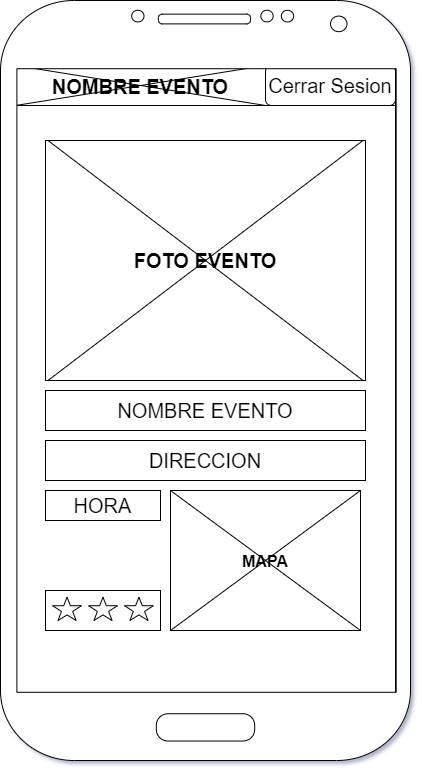
The draw.io diagram img/EventoPagina.png in OscarLM32/DIU, before a commit. Source tidied: cells renumbered, new cells last; positions are measured from the earlier drawing's top-left corner, leaving out a move shared by most shapes. Source of this version:
```xml
<mxGraphModel shadow="1">
  <root>
    <mxCell id="0" />
    <mxCell id="1" parent="0" />
    <mxCell id="2" style="rounded=0;whiteSpace=wrap;html=1;" parent="1" vertex="1">
      <mxGeometry x="15" y="65" width="380" height="630" as="geometry" />
    </mxCell>
    <mxCell id="3" style="rounded=0;whiteSpace=wrap;html=1;shadow=0;fontSize=20;strokeColor=#000000;" parent="1" vertex="1">
      <mxGeometry x="15" y="65" width="380" height="40" as="geometry" />
    </mxCell>
    <mxCell id="4" style="rounded=0;whiteSpace=wrap;html=1;shadow=0;fontSize=20;strokeColor=#000000;" parent="1" vertex="1">
      <mxGeometry x="15" y="65" width="270" height="40" as="geometry" />
    </mxCell>
    <mxCell id="5" value="Cerrar Sesion" style="rounded=1;whiteSpace=wrap;html=1;shadow=0;fontSize=20;strokeColor=#000000;" parent="1" vertex="1">
      <mxGeometry x="265" y="65" width="130" height="40" as="geometry" />
    </mxCell>
    <mxCell id="6" value="NOMBRE EVENTO" style="shape=umlDestroy;shadow=0;fontSize=20;strokeColor=#000000;fontStyle=1;" parent="1" vertex="1">
      <mxGeometry x="15" y="65" width="250" height="40" as="geometry" />
    </mxCell>
    <mxCell id="7" value="." style="text;html=1;align=center;verticalAlign=middle;strokeColor=none;fillColor=none;fontSize=11;" parent="1" vertex="1">
      <mxGeometry x="300" y="230" width="20" height="20" as="geometry" />
    </mxCell>
    <mxCell id="8" style="verticalLabelPosition=bottom;verticalAlign=top;html=1;shadow=0;dashed=0;strokeWidth=1;shape=mxgraph.android.phone2;strokeColor=#000000;" parent="1" vertex="1">
      <mxGeometry width="410" height="760" as="geometry" />
    </mxCell>
    <mxCell id="9" style="group;" parent="1" vertex="1">
      <mxGeometry x="45" y="140" width="320" height="240" as="geometry" />
    </mxCell>
    <mxCell id="10" value="&lt;b&gt;FOTO EVENTO&lt;/b&gt;" style="rounded=0;whiteSpace=wrap;html=1;shadow=0;fontSize=20;strokeColor=#000000;strokeWidth=1;" parent="9" vertex="1">
      <mxGeometry width="320" height="240" as="geometry" />
    </mxCell>
    <mxCell id="11" style="shape=umlDestroy;rounded=1;shadow=0;fontSize=20;strokeColor=#000000;strokeWidth=1;" parent="9" vertex="1">
      <mxGeometry x="2.5" width="315" height="240" as="geometry" />
    </mxCell>
    <mxCell id="12" value="NOMBRE EVENTO" style="rounded=0;whiteSpace=wrap;html=1;shadow=0;fontSize=20;strokeColor=#000000;strokeWidth=1;" parent="1" vertex="1">
      <mxGeometry x="45" y="390" width="320" height="40" as="geometry" />
    </mxCell>
    <mxCell id="13" value="HORA" style="whiteSpace=wrap;html=1;rounded=0;shadow=0;fontSize=20;strokeColor=#000000;strokeWidth=1;" parent="1" vertex="1">
      <mxGeometry x="45" y="490" width="115" height="30" as="geometry" />
    </mxCell>
    <mxCell id="14" value="DIRECCION" style="rounded=0;whiteSpace=wrap;html=1;shadow=0;fontSize=20;strokeColor=#000000;strokeWidth=1;" parent="1" vertex="1">
      <mxGeometry x="45" y="440" width="320" height="40" as="geometry" />
    </mxCell>
    <mxCell id="15" style="group;" parent="1" vertex="1">
      <mxGeometry x="45" y="590" width="115" height="40" as="geometry" />
    </mxCell>
    <mxCell id="16" style="whiteSpace=wrap;html=1;rounded=0;shadow=0;fontSize=16;strokeColor=#000000;strokeWidth=1;" parent="15" vertex="1">
      <mxGeometry width="115" height="40" as="geometry" />
    </mxCell>
    <mxCell id="17" style="verticalLabelPosition=bottom;verticalAlign=top;html=1;shape=mxgraph.basic.star;rounded=0;shadow=0;fontSize=16;strokeColor=#000000;strokeWidth=1;" parent="15" vertex="1">
      <mxGeometry x="7.2" y="6.7" width="28.8" height="23.3" as="geometry" />
    </mxCell>
    <mxCell id="18" style="verticalLabelPosition=bottom;verticalAlign=top;html=1;shape=mxgraph.basic.star;rounded=0;shadow=0;fontSize=16;strokeColor=#000000;strokeWidth=1;" parent="15" vertex="1">
      <mxGeometry x="79.1" y="6.7" width="28.8" height="23.3" as="geometry" />
    </mxCell>
    <mxCell id="19" style="verticalLabelPosition=bottom;verticalAlign=top;html=1;shape=mxgraph.basic.star;rounded=0;shadow=0;fontSize=16;strokeColor=#000000;strokeWidth=1;" parent="15" vertex="1">
      <mxGeometry x="43.1" y="6.7" width="28.8" height="23.3" as="geometry" />
    </mxCell>
    <mxCell id="20" style="verticalLabelPosition=bottom;verticalAlign=top;html=1;shape=mxgraph.basic.rect;fillColor2=none;strokeWidth=1;size=20;indent=5;rounded=0;shadow=0;fontSize=16;" parent="1" vertex="1">
      <mxGeometry x="170" y="490" width="190" height="140" as="geometry" />
    </mxCell>
    <mxCell id="21" value="MAPA" style="shape=umlDestroy;rounded=0;shadow=0;fontSize=16;strokeColor=#000000;strokeWidth=1;fontStyle=1;" parent="1" vertex="1">
      <mxGeometry x="170" y="490" width="190" height="140" as="geometry" />
    </mxCell>
  </root>
</mxGraphModel>
```
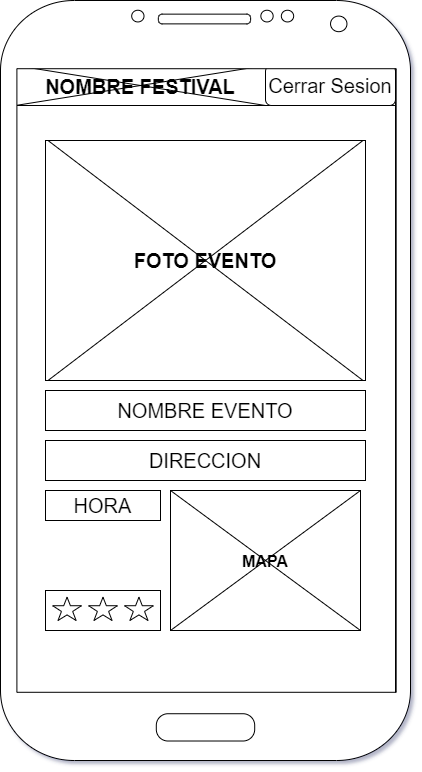
After the change.

The edit, as a diff of the source:
```diff
@@ -14,7 +14,7 @@
     <mxCell id="5" value="Cerrar Sesion" style="rounded=1;whiteSpace=wrap;html=1;shadow=0;fontSize=20;strokeColor=#000000;" parent="1" vertex="1">
       <mxGeometry x="265" y="65" width="130" height="40" as="geometry" />
     </mxCell>
-    <mxCell id="6" value="NOMBRE EVENTO" style="shape=umlDestroy;shadow=0;fontSize=20;strokeColor=#000000;fontStyle=1;" parent="1" vertex="1">
+    <mxCell id="6" value="NOMBRE FESTIVAL" style="shape=umlDestroy;shadow=0;fontSize=20;strokeColor=#000000;fontStyle=1;" parent="1" vertex="1">
       <mxGeometry x="15" y="65" width="250" height="40" as="geometry" />
     </mxCell>
     <mxCell id="7" value="." style="text;html=1;align=center;verticalAlign=middle;strokeColor=none;fillColor=none;fontSize=11;" parent="1" vertex="1">
```
